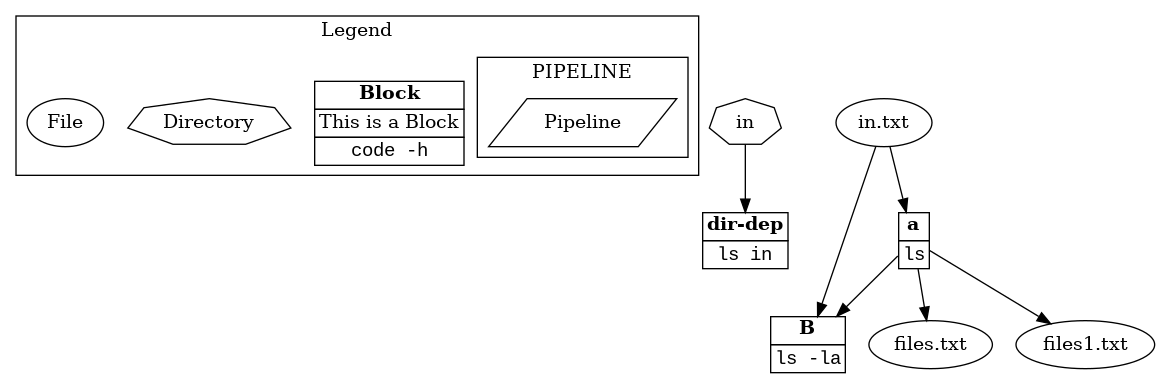
Above: examples/example/graph.png in tivvit/yap (Graphviz), before the change. Its source is kept beside it as examples/example/graph.dot.
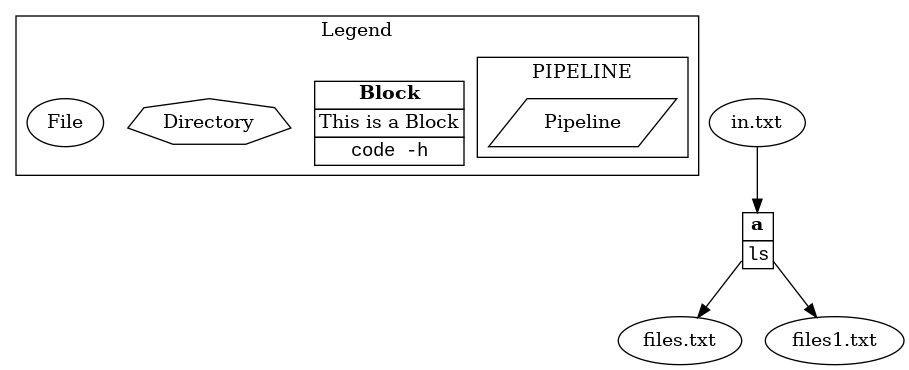
The same file after the commit.

Change to the diagram source:
```diff
@@ -4,26 +4,20 @@
 		subgraph cluster_s0 {
 			ID = "cluster_s0";
 			label="PIPELINE";
-			n10[label="Pipeline",shape="parallelogram"];
+			n7[label="Pipeline",shape="parallelogram"];
 
 		}label="Legend";
-		n11[label=<<table border="0" cellborder="1" cellspacing="0"><tr><td><b>Block</b></td></tr><tr><td>This is a Block</td></tr><tr><td><font face="Courier New, Courier, monospace">code -h</font></td></tr></table>>,shape="plain"];
-		n9[label="Directory",shape="septagon"];
-		n8[label="File",shape="oval"];
+		n8[label=<<table border="0" cellborder="1" cellspacing="0"><tr><td><b>Block</b></td></tr><tr><td>This is a Block</td></tr><tr><td><font face="Courier New, Courier, monospace">code -h</font></td></tr></table>>,shape="plain"];
+		n6[label="Directory",shape="septagon"];
+		n5[label="File",shape="oval"];
 
 	}
-	n2[label=<<table border="0" cellborder="1" cellspacing="0"><tr><td><b>dir-dep</b></td></tr><tr><td><font face="Courier New, Courier, monospace">ls in</font></td></tr></table>>,shape="plain"];
-	n3[label=<<table border="0" cellborder="1" cellspacing="0"><tr><td><b>B</b></td></tr><tr><td><font face="Courier New, Courier, monospace">ls -la</font></td></tr></table>>,shape="plain"];
-	n1[label=<<table border="0" cellborder="1" cellspacing="0"><tr><td><b>a</b></td></tr><tr><td><font face="Courier New, Courier, monospace">ls</font></td></tr></table>>,shape="plain"];
-	n7[label="files.txt",shape="oval"];
+	n2[label=<<table border="0" cellborder="1" cellspacing="0"><tr><td><b>a</b></td></tr><tr><td><font face="Courier New, Courier, monospace">ls</font></td></tr></table>>,shape="plain"];
+	n1[label="files.txt",shape="oval"];
 	n4[label="files1.txt",shape="oval"];
-	n5[label="in",shape="septagon"];
-	n6[label="in.txt",shape="oval"];
-	n1->n3;
-	n1->n7;
-	n1->n4;
-	n5->n2;
-	n6->n3;
-	n6->n1;
+	n3[label="in.txt",shape="oval"];
+	n2->n1;
+	n2->n4;
+	n3->n2;
 
 }
```
